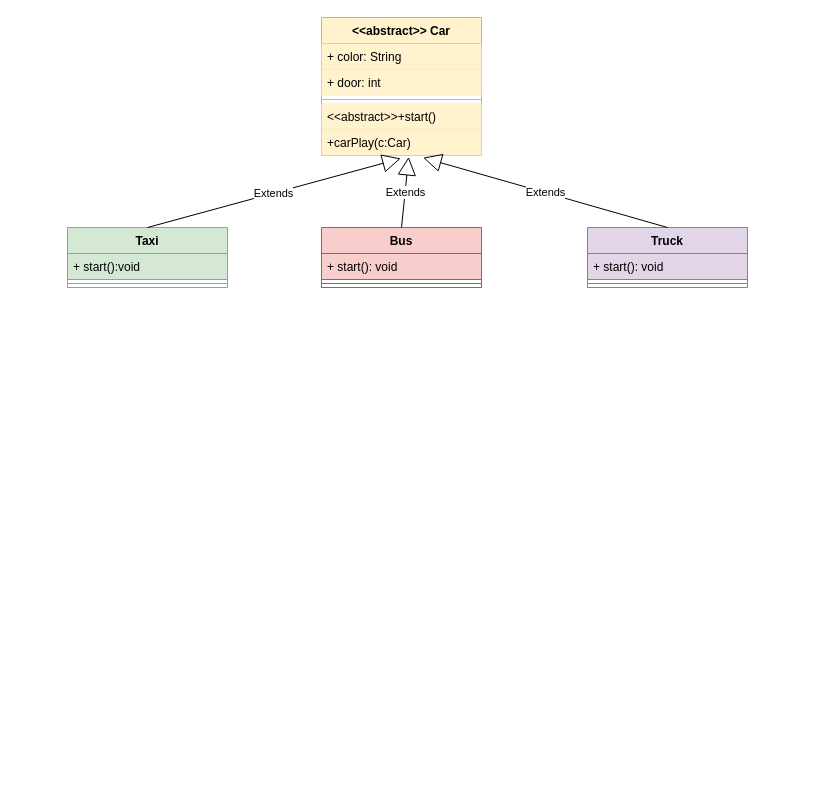
Before: 241114.drawio in nalynn0517/UML, a draw.io diagram. Source tidied: cells renumbered, new cells numbered last; positions are measured from the earlier drawing's top-left corner, leaving out a move shared by most shapes. Both pictures are drawn from the tidied source at 100%, with x=0, y=0 at pixel (67, 17).
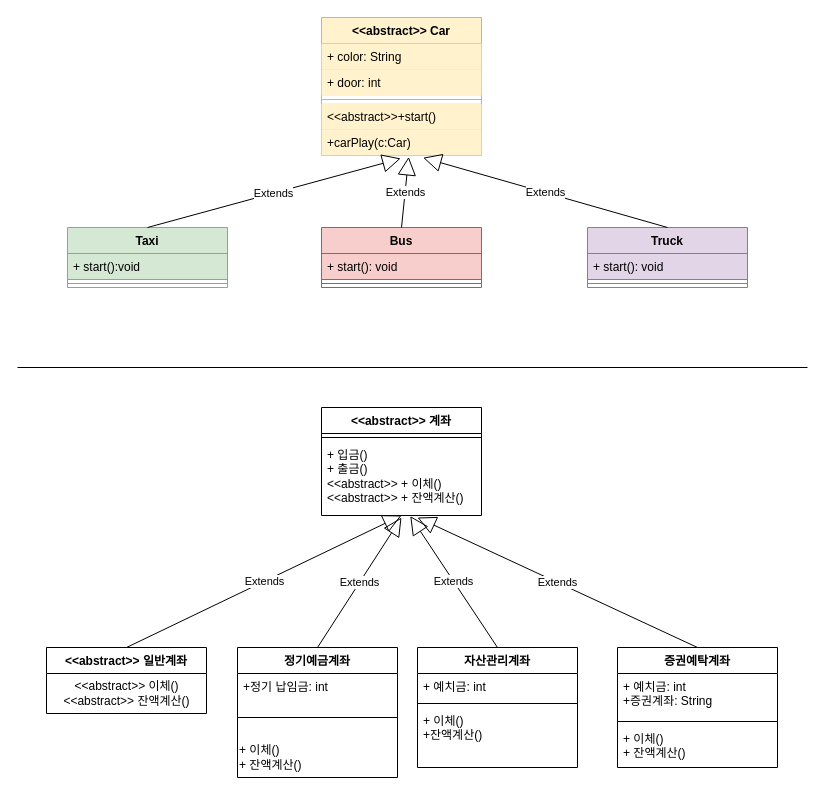
The same page after the edit.

What changed in the source:
```diff
@@
+    <mxCell id="20" style="endArrow=none;html=1;edgeStyle=orthogonalEdgeStyle;rounded=0;" parent="1" edge="1">
+      <mxGeometry relative="1" as="geometry">
+        <mxPoint x="-50" y="350" as="sourcePoint" />
+        <mxPoint x="740" y="350" as="targetPoint" />
+      </mxGeometry>
+    </mxCell>
+    <mxCell id="21" value="&amp;lt;&amp;lt;abstract&amp;gt;&amp;gt; 계좌" style="swimlane;fontStyle=1;align=center;verticalAlign=top;horizontal=1;startSize=26;whiteSpace=wrap;html=1;" parent="1" vertex="1">
+      <mxGeometry x="254" y="390" width="160" height="108" as="geometry" />
+    </mxCell>
+    <mxCell id="22" style="line;strokeWidth=1;fillColor=none;align=left;verticalAlign=middle;spacingTop=-1;spacingLeft=3;spacingRight=3;labelPosition=right;strokeColor=inherit;" parent="21" vertex="1">
+      <mxGeometry y="26" width="160" height="8" as="geometry" />
+    </mxCell>
+    <mxCell id="23" value="+ 입금()&lt;div&gt;+ 출금()&lt;/div&gt;&lt;div&gt;&amp;lt;&amp;lt;abstract&amp;gt;&amp;gt; + 이체(&lt;span style=&quot;background-color: initial;&quot;&gt;)&lt;/span&gt;&lt;div&gt;&amp;lt;&amp;lt;abstract&amp;gt;&amp;gt; + 잔액계산()&lt;/div&gt;&lt;/div&gt;" style="text;strokeColor=none;fillColor=none;align=left;verticalAlign=top;spacingLeft=4;spacingRight=4;overflow=hidden;points=[[0,0.5],[1,0.5]];portConstraint=eastwest;whiteSpace=wrap;html=1;" parent="21" vertex="1">
+      <mxGeometry y="34" width="160" height="74" as="geometry" />
+    </mxCell>
+    <mxCell id="24" value="&amp;lt;&amp;lt;abstract&amp;gt;&amp;gt; 일반계좌" style="swimlane;fontStyle=1;align=center;verticalAlign=top;horizontal=1;startSize=26;whiteSpace=wrap;html=1;" parent="1" vertex="1">
+      <mxGeometry x="-21" y="630" width="160" height="66" as="geometry" />
+    </mxCell>
+    <mxCell id="25" value="&amp;lt;&amp;lt;abstract&amp;gt;&amp;gt; 이체()&lt;div&gt;&amp;lt;&amp;lt;abstract&amp;gt;&amp;gt; 잔액계산()&lt;/div&gt;" style="text;html=1;align=center;verticalAlign=middle;strokeColor=none;fillColor=none;" parent="24" vertex="1">
+      <mxGeometry y="26" width="160" height="40" as="geometry" />
+    </mxCell>
+    <mxCell id="26" value="정기예금계좌" style="swimlane;fontStyle=1;align=center;verticalAlign=top;horizontal=1;startSize=26;whiteSpace=wrap;html=1;" parent="1" vertex="1">
+      <mxGeometry x="170" y="630" width="160" height="130" as="geometry" />
+    </mxCell>
+    <mxCell id="27" value="+정기 납임금: int" style="text;strokeColor=none;fillColor=none;align=left;verticalAlign=top;spacingLeft=4;spacingRight=4;overflow=hidden;whiteSpace=wrap;html=1;" parent="26" vertex="1">
+      <mxGeometry y="26" width="160" height="24" as="geometry" />
+    </mxCell>
+    <mxCell id="28" style="line;strokeWidth=1;fillColor=none;align=left;verticalAlign=middle;spacingTop=-1;spacingLeft=3;spacingRight=3;labelPosition=right;strokeColor=inherit;" parent="26" vertex="1">
+      <mxGeometry y="50" width="160" height="40" as="geometry" />
+    </mxCell>
+    <mxCell id="29" value="+ 이체()&lt;div&gt;+ 잔액계산()&lt;/div&gt;" style="text;html=1;align=left;verticalAlign=middle;strokeColor=none;fillColor=none;" parent="26" vertex="1">
+      <mxGeometry y="90" width="160" height="40" as="geometry" />
+    </mxCell>
+    <mxCell id="30" value="자산관리계좌" style="swimlane;fontStyle=1;align=center;verticalAlign=top;horizontal=1;startSize=26;whiteSpace=wrap;html=1;" parent="1" vertex="1">
+      <mxGeometry x="350" y="630" width="160" height="120" as="geometry" />
+    </mxCell>
+    <mxCell id="31" value="+ 예치금: int" style="text;strokeColor=none;fillColor=none;align=left;verticalAlign=top;spacingLeft=4;spacingRight=4;overflow=hidden;whiteSpace=wrap;html=1;" parent="30" vertex="1">
+      <mxGeometry y="26" width="160" height="26" as="geometry" />
+    </mxCell>
+    <mxCell id="32" style="line;strokeWidth=1;fillColor=none;align=left;verticalAlign=middle;spacingTop=-1;spacingLeft=3;spacingRight=3;labelPosition=right;strokeColor=inherit;" parent="30" vertex="1">
+      <mxGeometry y="52" width="160" height="8" as="geometry" />
+    </mxCell>
+    <mxCell id="33" value="+ 이체()&lt;div&gt;+잔액계산()&lt;/div&gt;" style="text;strokeColor=none;fillColor=none;align=left;verticalAlign=top;spacingLeft=4;spacingRight=4;overflow=hidden;whiteSpace=wrap;html=1;" parent="30" vertex="1">
+      <mxGeometry y="60" width="160" height="60" as="geometry" />
+    </mxCell>
+    <mxCell id="34" value="증권예탁계좌" style="swimlane;fontStyle=1;align=center;verticalAlign=top;horizontal=1;startSize=26;whiteSpace=wrap;html=1;" parent="1" vertex="1">
+      <mxGeometry x="550" y="630" width="160" height="120" as="geometry" />
+    </mxCell>
+    <mxCell id="35" value="+ 예치금: int&lt;div&gt;+증권계좌: String&lt;/div&gt;" style="text;strokeColor=none;fillColor=none;align=left;verticalAlign=top;spacingLeft=4;spacingRight=4;overflow=hidden;whiteSpace=wrap;html=1;" parent="34" vertex="1">
+      <mxGeometry y="26" width="160" height="44" as="geometry" />
+    </mxCell>
+    <mxCell id="36" style="line;strokeWidth=1;fillColor=none;align=left;verticalAlign=middle;spacingTop=-1;spacingLeft=3;spacingRight=3;labelPosition=right;strokeColor=inherit;" parent="34" vertex="1">
+      <mxGeometry y="70" width="160" height="8" as="geometry" />
+    </mxCell>
+    <mxCell id="37" value="+ 이체()&lt;div&gt;+ 잔액계산()&lt;/div&gt;" style="text;strokeColor=none;fillColor=none;align=left;verticalAlign=top;spacingLeft=4;spacingRight=4;overflow=hidden;whiteSpace=wrap;html=1;" parent="34" vertex="1">
+      <mxGeometry y="78" width="160" height="42" as="geometry" />
+    </mxCell>
+    <mxCell id="38" value="Extends" style="endArrow=block;endSize=16;endFill=0;html=1;rounded=0;exitX=0.5;exitY=0;exitDx=0;exitDy=0;entryX=0.5;entryY=1;entryDx=0;entryDy=0;" parent="1" edge="1" source="24" target="21">
+      <mxGeometry relative="1" as="geometry" />
+    </mxCell>
+    <mxCell id="39" value="Extends" style="endArrow=block;endSize=16;endFill=0;html=1;rounded=0;exitX=0.5;exitY=0;exitDx=0;exitDy=0;" parent="1" edge="1" source="26">
+      <mxGeometry relative="1" as="geometry">
+        <mxPoint x="334" y="500" as="targetPoint" />
+      </mxGeometry>
+    </mxCell>
+    <mxCell id="40" value="Extends" style="endArrow=block;endSize=16;endFill=0;html=1;rounded=0;exitX=0.5;exitY=0;exitDx=0;exitDy=0;entryX=0.555;entryY=1.008;entryDx=0;entryDy=0;entryPerimeter=0;" parent="1" edge="1" source="30" target="23">
+      <mxGeometry relative="1" as="geometry" />
+    </mxCell>
+    <mxCell id="41" value="Extends" style="endArrow=block;endSize=16;endFill=0;html=1;rounded=0;exitX=0.5;exitY=0;exitDx=0;exitDy=0;" parent="1" edge="1" source="34">
+      <mxGeometry relative="1" as="geometry">
+        <mxPoint x="350" y="500" as="targetPoint" />
+      </mxGeometry>
+    </mxCell>
```
